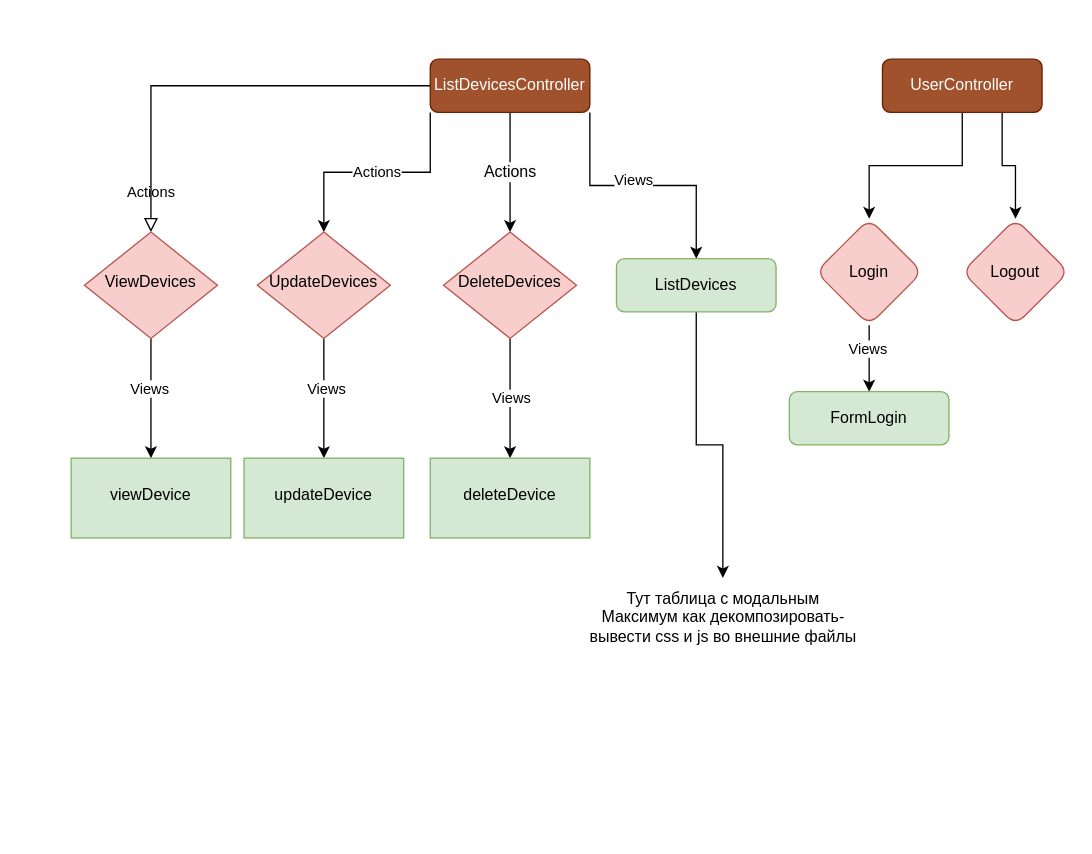
This is Диаграмма без названия.drawio from MaximkaKrav/Yii-app, a draw.io file, before an edit. Source tidied: cells renumbered, new cells numbered last; positions are measured from the earlier drawing's top-left corner, leaving out a move shared by most shapes. Both pictures are drawn from the tidied source at 133%, with x=0, y=0 at pixel (70, 59).
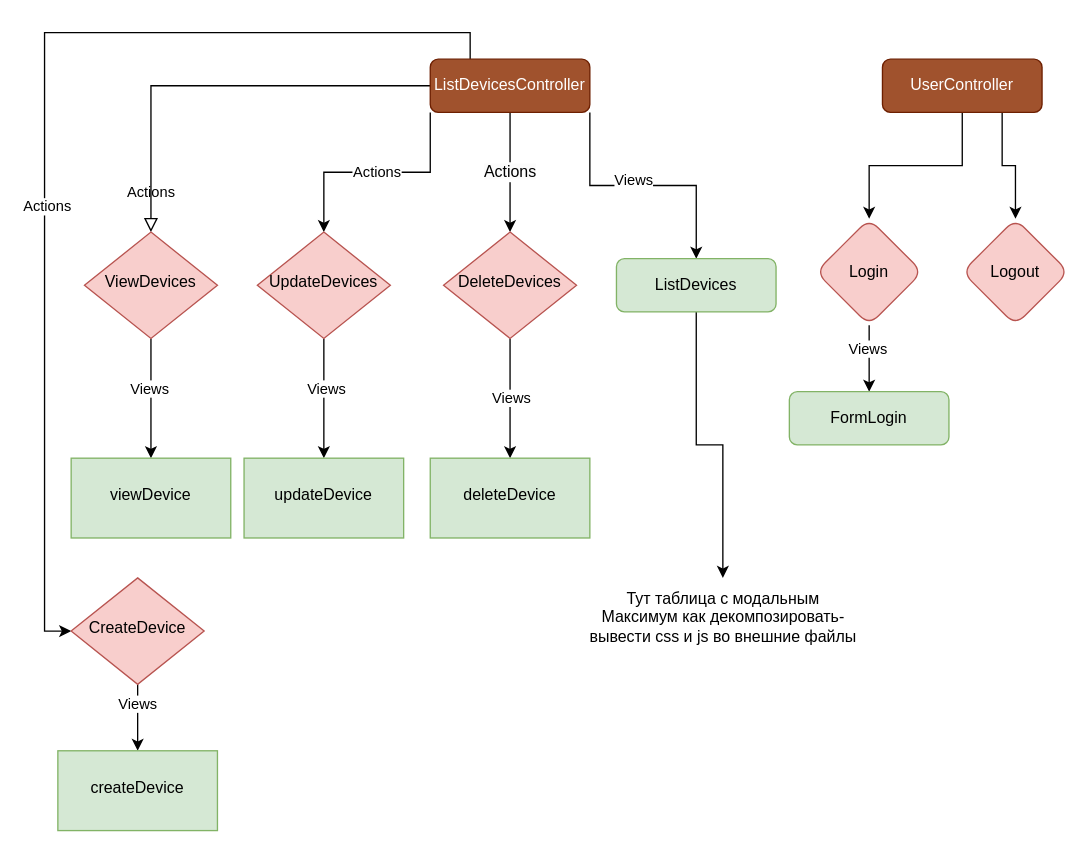
The same diagram, later.

The change refers to these unchanged cells:
```xml
<mxCell id="7" value="ListDevicesController" style="rounded=1;whiteSpace=wrap;html=1;fontSize=12;glass=0;strokeWidth=1;shadow=0;fillColor=#a0522d;fontColor=#ffffff;strokeColor=#6D1F00;" parent="1" vertex="1">
  <mxGeometry x="270" width="120" height="40" as="geometry" />
</mxCell>
```

Diff of the diagram source:
```diff
@@
+    <mxCell id="31" style="edgeStyle=orthogonalEdgeStyle;rounded=0;jettySize=auto;html=1;exitX=0.25;exitY=0;exitDx=0;exitDy=0;" parent="1" edge="1" source="7" target="35">
+      <mxGeometry relative="1" as="geometry">
+        <Array as="points">
+          <mxPoint x="300" y="-20" />
+          <mxPoint x="-20" y="-20" />
+          <mxPoint x="-20" y="430" />
+        </Array>
+      </mxGeometry>
+    </mxCell>
+    <mxCell id="32" value="Actions" style="edgeLabel;html=1;align=center;verticalAlign=middle;" parent="31" vertex="1">
+      <mxGeometry x="0.16" y="1" relative="1" as="geometry" />
+    </mxCell>
@@
+    <mxCell id="33" style="edgeStyle=orthogonalEdgeStyle;rounded=0;jettySize=auto;html=1;" parent="1" edge="1" source="35" target="36">
+      <mxGeometry relative="1" as="geometry" />
+    </mxCell>
+    <mxCell id="34" value="Views" style="edgeLabel;html=1;align=center;verticalAlign=middle;" parent="33" vertex="1">
+      <mxGeometry x="-0.44" y="-1" relative="1" as="geometry" />
+    </mxCell>
+    <mxCell id="35" value="CreateDevice" style="rhombus;whiteSpace=wrap;html=1;shadow=0;fontFamily=Helvetica;fontSize=12;align=center;strokeWidth=1;spacing=6;spacingTop=-4;fillColor=#f8cecc;strokeColor=#b85450;" parent="1" vertex="1">
+      <mxGeometry y="390" width="100" height="80" as="geometry" />
+    </mxCell>
+    <mxCell id="36" value="createDevice" style="whiteSpace=wrap;html=1;fillColor=#d5e8d4;strokeColor=#82b366;shadow=0;strokeWidth=1;spacing=6;spacingTop=-4;" parent="1" vertex="1">
+      <mxGeometry x="-10" y="520" width="120" height="60" as="geometry" />
+    </mxCell>
```
